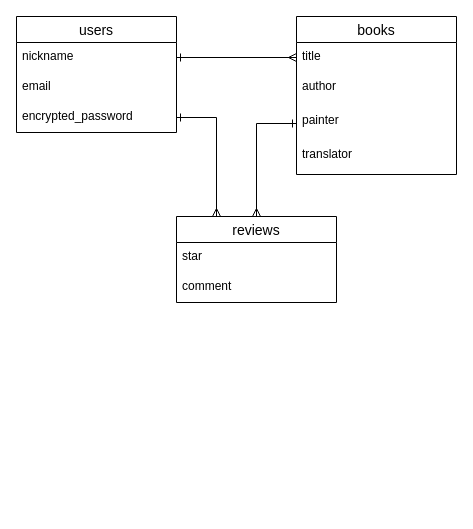
Before: ER.dio in pekojoe/yondayo, a draw.io diagram. Source tidied: cells renumbered, new cells numbered last; positions are measured from the earlier drawing's top-left corner, leaving out a move shared by most shapes. Both pictures are drawn from the tidied source at 100%, with x=0, y=0 at pixel (16, 16).
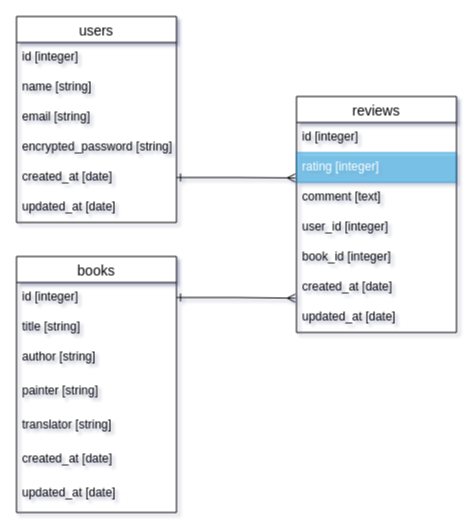
After the change.

What changed in the source:
```diff
@@
-<mxGraphModel>
+<mxGraphModel shadow="1">
@@
     <mxCell id="2" value="users" style="swimlane;fontStyle=0;horizontal=1;startSize=26;align=center;fontSize=14;" parent="1" vertex="1">
-      <mxGeometry width="160" height="116" as="geometry" />
+      <mxGeometry width="160" height="206" as="geometry" />
     </mxCell>
-    <mxCell id="3" value="nickname" style="text;strokeColor=none;fillColor=none;spacingLeft=4;spacingRight=4;overflow=hidden;points=[[0,0.5],[1,0.5]];portConstraint=eastwest;fontSize=12;" parent="2" vertex="1">
+    <mxCell id="3" value="id [integer]" style="text;spacingLeft=4;spacingRight=4;overflow=hidden;points=[[0,0.5],[1,0.5]];portConstraint=eastwest;fontSize=12;glass=0;opacity=50;" parent="2" vertex="1">
       <mxGeometry y="26" width="160" height="30" as="geometry" />
     </mxCell>
+    <mxCell id="17" value="name [string]" style="text;spacingLeft=4;spacingRight=4;overflow=hidden;fontSize=12;opacity=50;" parent="2" vertex="1">
+      <mxGeometry y="56" width="160" height="30" as="geometry" />
+    </mxCell>
-    <mxCell id="4" value="email" style="text;strokeColor=none;fillColor=none;spacingLeft=4;spacingRight=4;overflow=hidden;fontSize=12;" parent="2" vertex="1">
-      <mxGeometry y="56" width="160" height="30" as="geometry" />
+    <mxCell id="4" value="email [string]" style="text;strokeColor=none;fillColor=none;spacingLeft=4;spacingRight=4;overflow=hidden;fontSize=12;" parent="2" vertex="1">
+      <mxGeometry y="86" width="160" height="30" as="geometry" />
     </mxCell>
-    <mxCell id="5" value="encrypted_password" style="text;strokeColor=none;fillColor=none;spacingLeft=4;spacingRight=4;overflow=hidden;points=[[0,0.5],[1,0.5]];portConstraint=eastwest;fontSize=12;" parent="2" vertex="1">
-      <mxGeometry y="86" width="160" height="30" as="geometry" />
+    <mxCell id="5" value="encrypted_password [string]" style="text;strokeColor=none;fillColor=none;spacingLeft=4;spacingRight=4;overflow=hidden;points=[[0,0.5],[1,0.5]];portConstraint=eastwest;fontSize=12;" parent="2" vertex="1">
+      <mxGeometry y="116" width="160" height="30" as="geometry" />
     </mxCell>
+    <mxCell id="18" value="created_at [date]" style="text;spacingLeft=4;spacingRight=4;overflow=hidden;points=[[0,0.5],[1,0.5]];portConstraint=eastwest;fontSize=12;opacity=50;" parent="2" vertex="1">
+      <mxGeometry y="146" width="160" height="30" as="geometry" />
+    </mxCell>
+    <mxCell id="19" value="updated_at [date]" style="text;spacingLeft=4;spacingRight=4;overflow=hidden;fontSize=12;opacity=50;" parent="2" vertex="1">
+      <mxGeometry y="176" width="160" height="30" as="geometry" />
+    </mxCell>
     <mxCell id="6" value="books" style="swimlane;fontStyle=0;horizontal=1;startSize=26;align=center;fontSize=14;" parent="1" vertex="1">
-      <mxGeometry x="280" width="160" height="158" as="geometry" />
+      <mxGeometry y="240" width="160" height="256" as="geometry" />
     </mxCell>
-    <mxCell id="7" value="title" style="text;strokeColor=none;fillColor=none;spacingLeft=4;spacingRight=4;overflow=hidden;points=[[0,0.5],[1,0.5]];portConstraint=eastwest;fontSize=12;" parent="6" vertex="1">
+    <mxCell id="7" value="id [integer]" style="text;spacingLeft=4;spacingRight=4;overflow=hidden;points=[[0,0.5],[1,0.5]];portConstraint=eastwest;fontSize=12;opacity=50;" parent="6" vertex="1">
       <mxGeometry y="26" width="160" height="30" as="geometry" />
     </mxCell>
+    <mxCell id="20" value="title [string]" style="text;strokeColor=none;fillColor=none;spacingLeft=4;spacingRight=4;overflow=hidden;fontSize=12;" parent="6" vertex="1">
+      <mxGeometry y="56" width="160" height="30" as="geometry" />
+    </mxCell>
-    <mxCell id="8" value="author" style="text;strokeColor=none;fillColor=none;spacingLeft=4;spacingRight=4;overflow=hidden;fontSize=12;" parent="6" vertex="1">
-      <mxGeometry y="56" width="160" height="34" as="geometry" />
+    <mxCell id="8" value="author [string]" style="text;strokeColor=none;fillColor=none;spacingLeft=4;spacingRight=4;overflow=hidden;fontSize=12;" parent="6" vertex="1">
+      <mxGeometry y="86" width="160" height="34" as="geometry" />
     </mxCell>
-    <mxCell id="9" value="painter" style="text;strokeColor=none;fillColor=none;spacingLeft=4;spacingRight=4;overflow=hidden;points=[[0,0.5],[1,0.5]];portConstraint=eastwest;fontSize=12;" parent="6" vertex="1">
-      <mxGeometry y="90" width="160" height="34" as="geometry" />
+    <mxCell id="9" value="painter [string]" style="text;strokeColor=none;fillColor=none;spacingLeft=4;spacingRight=4;overflow=hidden;points=[[0,0.5],[1,0.5]];portConstraint=eastwest;fontSize=12;" parent="6" vertex="1">
+      <mxGeometry y="120" width="160" height="34" as="geometry" />
     </mxCell>
-    <mxCell id="10" value="translator" style="text;strokeColor=none;fillColor=none;spacingLeft=4;spacingRight=4;overflow=hidden;fontSize=12;" parent="6" vertex="1">
-      <mxGeometry y="124" width="160" height="34" as="geometry" />
+    <mxCell id="10" value="translator [string]" style="text;strokeColor=none;fillColor=none;spacingLeft=4;spacingRight=4;overflow=hidden;fontSize=12;" parent="6" vertex="1">
+      <mxGeometry y="154" width="160" height="34" as="geometry" />
     </mxCell>
+    <mxCell id="21" value="created_at [date]" style="text;spacingLeft=4;spacingRight=4;overflow=hidden;fontSize=12;opacity=50;" parent="6" vertex="1">
+      <mxGeometry y="188" width="160" height="34" as="geometry" />
+    </mxCell>
+    <mxCell id="22" value="updated_at [date]" style="text;spacingLeft=4;spacingRight=4;overflow=hidden;fontSize=12;opacity=50;" parent="6" vertex="1">
+      <mxGeometry y="222" width="160" height="34" as="geometry" />
+    </mxCell>
     <mxCell id="11" value="reviews" style="swimlane;fontStyle=0;horizontal=1;startSize=26;align=center;fontSize=14;" parent="1" vertex="1">
-      <mxGeometry x="160" y="200" width="160" height="86" as="geometry" />
+      <mxGeometry x="280" y="80" width="160" height="236" as="geometry" />
     </mxCell>
-    <mxCell id="12" value="star" style="text;strokeColor=none;fillColor=none;spacingLeft=4;spacingRight=4;overflow=hidden;fontSize=12;" parent="11" vertex="1">
+    <mxCell id="12" value="id [integer]" style="text;spacingLeft=4;spacingRight=4;overflow=hidden;fontSize=12;opacity=50;" parent="11" vertex="1">
       <mxGeometry y="26" width="160" height="30" as="geometry" />
     </mxCell>
+    <mxCell id="23" value="rating [integer]" style="text;strokeColor=#006EAF;fillColor=#1ba1e2;spacingLeft=4;spacingRight=4;overflow=hidden;points=[[0,0.5],[1,0.5]];portConstraint=eastwest;fontSize=12;labelBackgroundColor=none;fontColor=#ffffff;opacity=50;" parent="11" vertex="1">
+      <mxGeometry y="56" width="160" height="30" as="geometry" />
+    </mxCell>
-    <mxCell id="13" value="comment" style="text;strokeColor=none;fillColor=none;spacingLeft=4;spacingRight=4;overflow=hidden;fontSize=12;" parent="11" vertex="1">
-      <mxGeometry y="56" width="160" height="30" as="geometry" />
+    <mxCell id="13" value="comment [text]" style="text;strokeColor=none;fillColor=none;spacingLeft=4;spacingRight=4;overflow=hidden;fontSize=12;" parent="11" vertex="1">
+      <mxGeometry y="86" width="160" height="30" as="geometry" />
     </mxCell>
-    <mxCell id="14" style="edgeStyle=orthogonalEdgeStyle;rounded=0;jettySize=auto;html=1;exitX=1;exitY=0.5;exitDx=0;exitDy=0;entryX=0;entryY=0.5;entryDx=0;entryDy=0;endArrow=ERmany;endFill=0;startArrow=ERone;startFill=0;" parent="1" edge="1" source="3" target="7">
-      <mxGeometry relative="1" as="geometry" />
-    </mxCell>
-    <mxCell id="15" style="edgeStyle=orthogonalEdgeStyle;rounded=0;jettySize=auto;html=1;exitX=1;exitY=0.5;exitDx=0;exitDy=0;entryX=0.25;entryY=0;entryDx=0;entryDy=0;startArrow=ERone;startFill=0;endArrow=ERmany;endFill=0;" parent="1" edge="1" source="5" target="11">
-      <mxGeometry relative="1" as="geometry" />
-    </mxCell>
-    <mxCell id="16" style="edgeStyle=orthogonalEdgeStyle;rounded=0;jettySize=auto;html=1;exitX=0;exitY=0.5;exitDx=0;exitDy=0;entryX=0.5;entryY=0;entryDx=0;entryDy=0;startArrow=ERone;startFill=0;endArrow=ERmany;endFill=0;" parent="1" edge="1" source="9" target="11">
-      <mxGeometry relative="1" as="geometry" />
-    </mxCell>
+    <mxCell id="24" value="user_id [integer]" style="text;strokeColor=none;fillColor=none;spacingLeft=4;spacingRight=4;overflow=hidden;fontSize=12;" parent="11" vertex="1">
+      <mxGeometry y="116" width="160" height="30" as="geometry" />
+    </mxCell>
+    <mxCell id="25" value="book_id [integer]" style="text;strokeColor=none;fillColor=none;spacingLeft=4;spacingRight=4;overflow=hidden;fontSize=12;" parent="11" vertex="1">
+      <mxGeometry y="146" width="160" height="30" as="geometry" />
+    </mxCell>
+    <mxCell id="26" value="created_at [date]" style="text;spacingLeft=4;spacingRight=4;overflow=hidden;fontSize=12;opacity=50;" parent="11" vertex="1">
+      <mxGeometry y="176" width="160" height="30" as="geometry" />
+    </mxCell>
+    <mxCell id="27" value="updated_at [date]" style="text;spacingLeft=4;spacingRight=4;overflow=hidden;points=[[0,0.5],[1,0.5]];portConstraint=eastwest;fontSize=12;opacity=50;" parent="11" vertex="1">
+      <mxGeometry y="206" width="160" height="30" as="geometry" />
+    </mxCell>
+    <mxCell id="28" style="edgeStyle=orthogonalEdgeStyle;rounded=0;jettySize=auto;html=1;exitX=1;exitY=0.5;exitDx=0;exitDy=0;entryX=-0.008;entryY=0.848;entryDx=0;entryDy=0;entryPerimeter=0;startArrow=ERone;startFill=0;endArrow=ERmany;endFill=0;" parent="1" edge="1" source="18" target="23">
+      <mxGeometry relative="1" as="geometry" />
+    </mxCell>
+    <mxCell id="29" style="edgeStyle=orthogonalEdgeStyle;rounded=0;jettySize=auto;html=1;exitX=1;exitY=0.5;exitDx=0;exitDy=0;entryX=-0.008;entryY=-0.143;entryDx=0;entryDy=0;entryPerimeter=0;startArrow=ERone;startFill=0;endArrow=ERmany;endFill=0;" parent="1" edge="1" source="7" target="27">
+      <mxGeometry relative="1" as="geometry" />
+    </mxCell>
```
